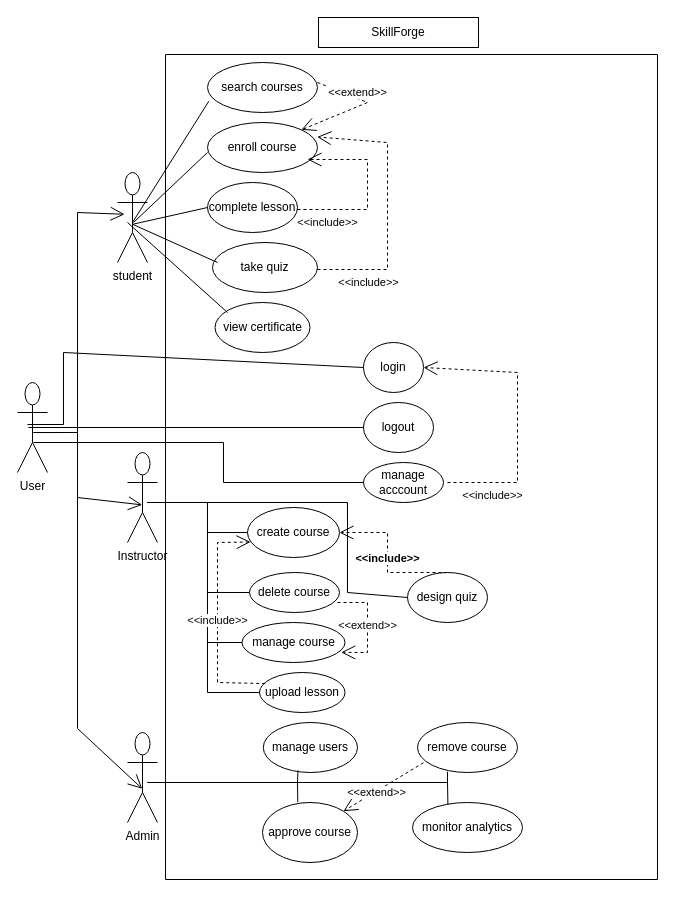
Earlier version of the draw.io diagram UseCase.drawio (adhambasha1155/Uml). Source tidied: cells renumbered, new cells numbered last; positions are measured from the earlier drawing's top-left corner, leaving out a move shared by most shapes. Both pictures are drawn from the tidied source at 100%, with x=0, y=0 at pixel (17, 17).
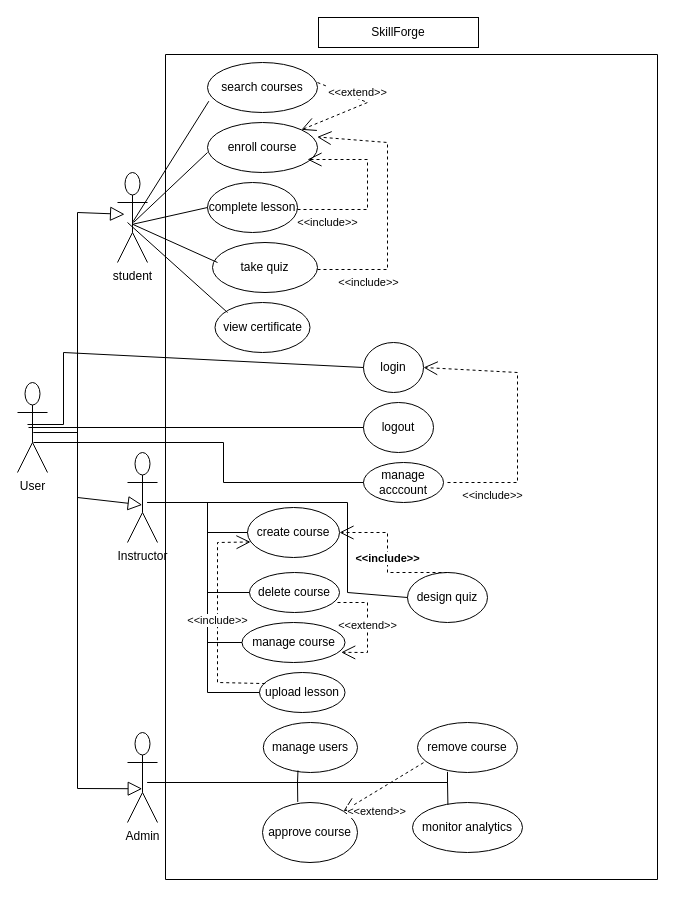
The same page after the edit.

Unchanged cells that the change refers to:
```xml
<mxCell id="2" value="User" style="shape=umlActor;verticalLabelPosition=bottom;verticalAlign=top;html=1;" parent="1" vertex="1">
  <mxGeometry y="365" width="30" height="90" as="geometry" />
</mxCell>
<mxCell id="3" value="Instructor" style="shape=umlActor;verticalLabelPosition=bottom;verticalAlign=top;html=1;" parent="1" vertex="1">
  <mxGeometry x="110" y="435" width="30" height="90" as="geometry" />
</mxCell>
<mxCell id="4" value="Admin" style="shape=umlActor;verticalLabelPosition=bottom;verticalAlign=top;html=1;" parent="1" vertex="1">
  <mxGeometry x="110" y="715" width="30" height="90" as="geometry" />
</mxCell>
<mxCell id="36" value="approve course" style="ellipse;whiteSpace=wrap;html=1;" parent="1" vertex="1">
  <mxGeometry x="245" y="785" width="95" height="60" as="geometry" />
</mxCell>
<mxCell id="37" value="remove course" style="ellipse;whiteSpace=wrap;html=1;" parent="1" vertex="1">
  <mxGeometry x="400" y="705" width="100" height="50" as="geometry" />
</mxCell>
```

The edit, as a diff of the source:
```diff
@@
-    <mxCell id="5" style="endArrow=open;endFill=1;endSize=12;html=1;rounded=0;entryX=0.238;entryY=0.464;entryDx=0;entryDy=0;entryPerimeter=0;" parent="1" edge="1">
+    <mxCell id="5" style="endArrow=block;endFill=0;endSize=12;html=1;rounded=0;entryX=0.238;entryY=0.464;entryDx=0;entryDy=0;entryPerimeter=0;" parent="1" edge="1">
       <mxGeometry relative="1" as="geometry">
         <mxPoint x="20" y="415" as="sourcePoint" />
         <mxPoint x="107.1" y="196.8" as="targetPoint" />
         <Array as="points">
           <mxPoint x="60" y="415" />
           <mxPoint x="60" y="195" />
         </Array>
       </mxGeometry>
     </mxCell>
-    <mxCell id="6" style="endArrow=open;endFill=1;endSize=12;html=1;rounded=0;entryX=0.491;entryY=0.582;entryDx=0;entryDy=0;entryPerimeter=0;" parent="1" edge="1" target="3">
+    <mxCell id="6" style="endArrow=block;endFill=0;endSize=12;html=1;rounded=0;entryX=0.491;entryY=0.582;entryDx=0;entryDy=0;entryPerimeter=0;" parent="1" edge="1" target="3">
       <mxGeometry relative="1" as="geometry">
         <mxPoint x="30" y="415" as="sourcePoint" />
         <Array as="points">
           <mxPoint x="60" y="415" />
           <mxPoint x="60" y="480" />
         </Array>
       </mxGeometry>
     </mxCell>
-    <mxCell id="7" style="endArrow=open;endFill=1;endSize=12;html=1;rounded=0;entryX=0.491;entryY=0.625;entryDx=0;entryDy=0;entryPerimeter=0;exitX=0.527;exitY=0.556;exitDx=0;exitDy=0;exitPerimeter=0;" parent="1" edge="1" source="2" target="4">
+    <mxCell id="7" style="endArrow=block;endFill=0;endSize=12;html=1;rounded=0;entryX=0.491;entryY=0.625;entryDx=0;entryDy=0;entryPerimeter=0;exitX=0.527;exitY=0.556;exitDx=0;exitDy=0;exitPerimeter=0;" parent="1" edge="1" source="2" target="4">
       <mxGeometry relative="1" as="geometry">
         <Array as="points">
           <mxPoint x="60" y="415" />
-          <mxPoint x="60" y="711" />
+          <mxPoint x="60" y="771" />
         </Array>
       </mxGeometry>
     </mxCell>
@@
     <mxCell id="52" value="&amp;lt;&amp;lt;extend&amp;gt;&amp;gt;" style="endArrow=open;endSize=12;dashed=1;html=1;rounded=0;exitX=0.06;exitY=0.804;exitDx=0;exitDy=0;exitPerimeter=0;entryX=1;entryY=0;entryDx=0;entryDy=0;" parent="1" edge="1" source="37" target="36">
-      <mxGeometry x="0.17" y="1" relative="1" as="geometry" />
+      <mxGeometry x="0.39" y="18" relative="1" as="geometry">
+        <mxPoint x="-1" as="offset" />
+      </mxGeometry>
     </mxCell>
```
